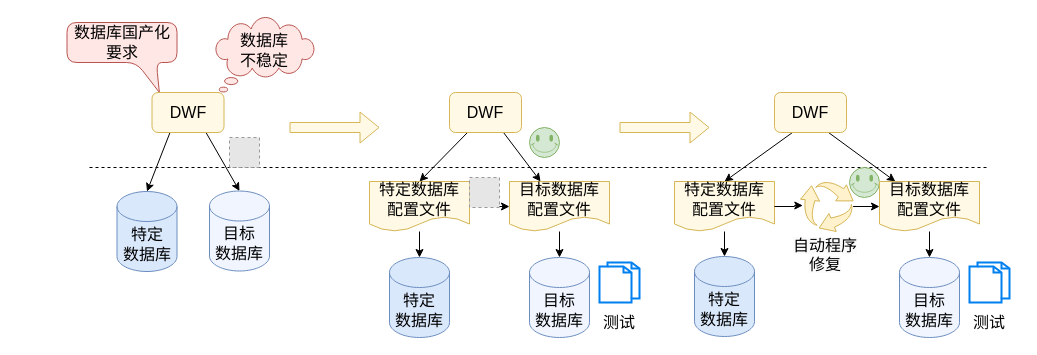
Earlier version of the draw.io diagram 开题报告/motivation.drawio (Olive-2019/drawio-source). Source tidied: cells renumbered, new cells numbered last; positions are measured from the earlier drawing's top-left corner, leaving out a move shared by most shapes. Both pictures are drawn from the tidied source at 100%, with x=0, y=0 at pixel (67, 17). Pictures stored in the file or linked from it are replaced by grey dashed boxes.
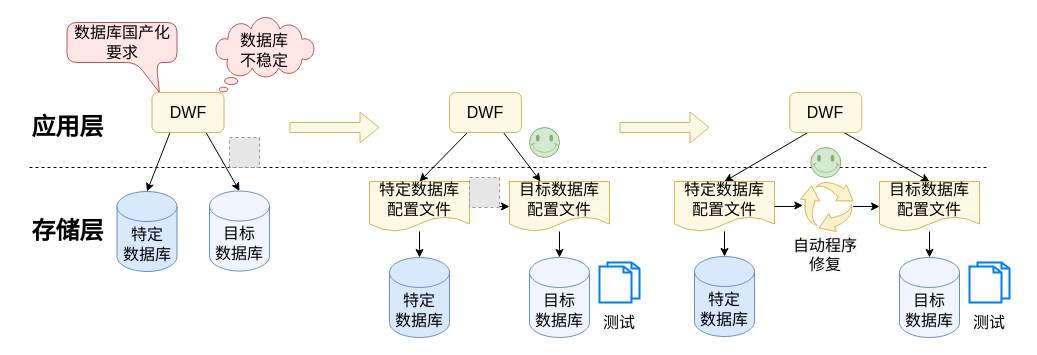
The same page after the edit.

The change refers to these unchanged cells:
```xml
<mxCell id="29" value="目标数据库&lt;div style=&quot;font-size: 16px;&quot;&gt;配置文件&lt;/div&gt;" style="shape=document;whiteSpace=wrap;html=1;boundedLbl=1;fontSize=16;fillColor=#FFF9E5;strokeColor=#d6b656;" parent="1" vertex="1">
  <mxGeometry x="812" y="164" width="100" height="50" as="geometry" />
</mxCell>
```

Change to the diagram source:
```diff
@@
     <mxCell id="2" style="endArrow=none;dashed=1;html=1;rounded=0;" parent="1" edge="1">
       <mxGeometry relative="1" as="geometry">
-        <mxPoint x="22" y="150" as="sourcePoint" />
+        <mxPoint x="-38" y="150" as="sourcePoint" />
         <mxPoint x="922" y="150" as="targetPoint" />
       </mxGeometry>
     </mxCell>
@@
     <mxCell id="21" style="verticalLabelPosition=bottom;verticalAlign=top;html=1;shape=mxgraph.basic.smiley;fillColor=#d5e8d4;strokeColor=#82b366;" parent="1" vertex="1">
-      <mxGeometry x="782" y="150" width="30" height="30" as="geometry" />
+      <mxGeometry x="743.3" y="130" width="30" height="30" as="geometry" />
     </mxCell>
@@
-    <mxCell id="23" style="rounded=0;jettySize=auto;html=1;exitX=0.75;exitY=1;exitDx=0;exitDy=0;" parent="1" edge="1" source="36" target="29">
+    <mxCell id="23" style="rounded=0;jettySize=auto;html=1;exitX=0.75;exitY=1;exitDx=0;exitDy=0;entryX=0.5;entryY=0;entryDx=0;entryDy=0;" parent="1" edge="1" source="36" target="29">
       <mxGeometry relative="1" as="geometry" />
     </mxCell>
@@
     <mxCell id="36" value="&lt;span style=&quot;font-size: 16px;&quot;&gt;DWF&lt;/span&gt;" style="rounded=1;whiteSpace=wrap;html=1;fillColor=#FFF9E5;strokeColor=#d6b656;" parent="1" vertex="1">
-      <mxGeometry x="707" y="75" width="72" height="40" as="geometry" />
+      <mxGeometry x="722.3" y="75" width="72" height="40" as="geometry" />
     </mxCell>
@@
+    <mxCell id="45" value="应用层" style="text;strokeColor=none;fillColor=none;html=1;fontSize=24;fontStyle=1;verticalAlign=middle;align=center;" parent="1" vertex="1">
+      <mxGeometry x="-50.5" y="90" width="100" height="40" as="geometry" />
+    </mxCell>
+    <mxCell id="46" value="存储层" style="text;strokeColor=none;fillColor=none;html=1;fontSize=24;fontStyle=1;verticalAlign=middle;align=center;" parent="1" vertex="1">
+      <mxGeometry x="-50.5" y="194" width="100" height="40" as="geometry" />
+    </mxCell>
```
